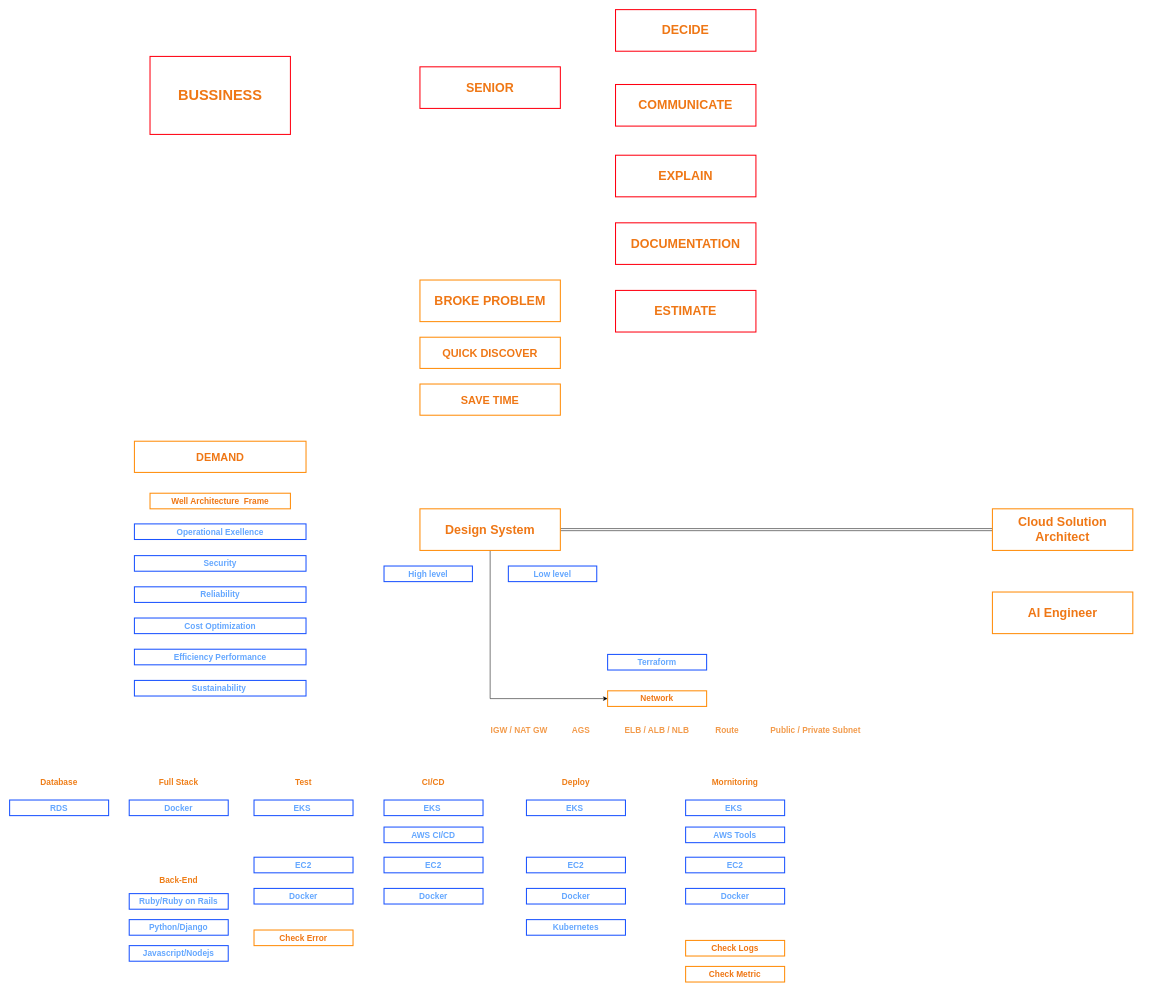
Earlier version of the draw.io diagram page "Trang-1" (1 of 2) of MindSet.drawio (HoangGuruu/drawCloud). Source tidied: cells renumbered, new cells numbered last; positions are measured from the earlier drawing's top-left corner, leaving out a move shared by most shapes. Both pictures are drawn from the tidied source at 52%, with x=0, y=0 at pixel (9, 9).
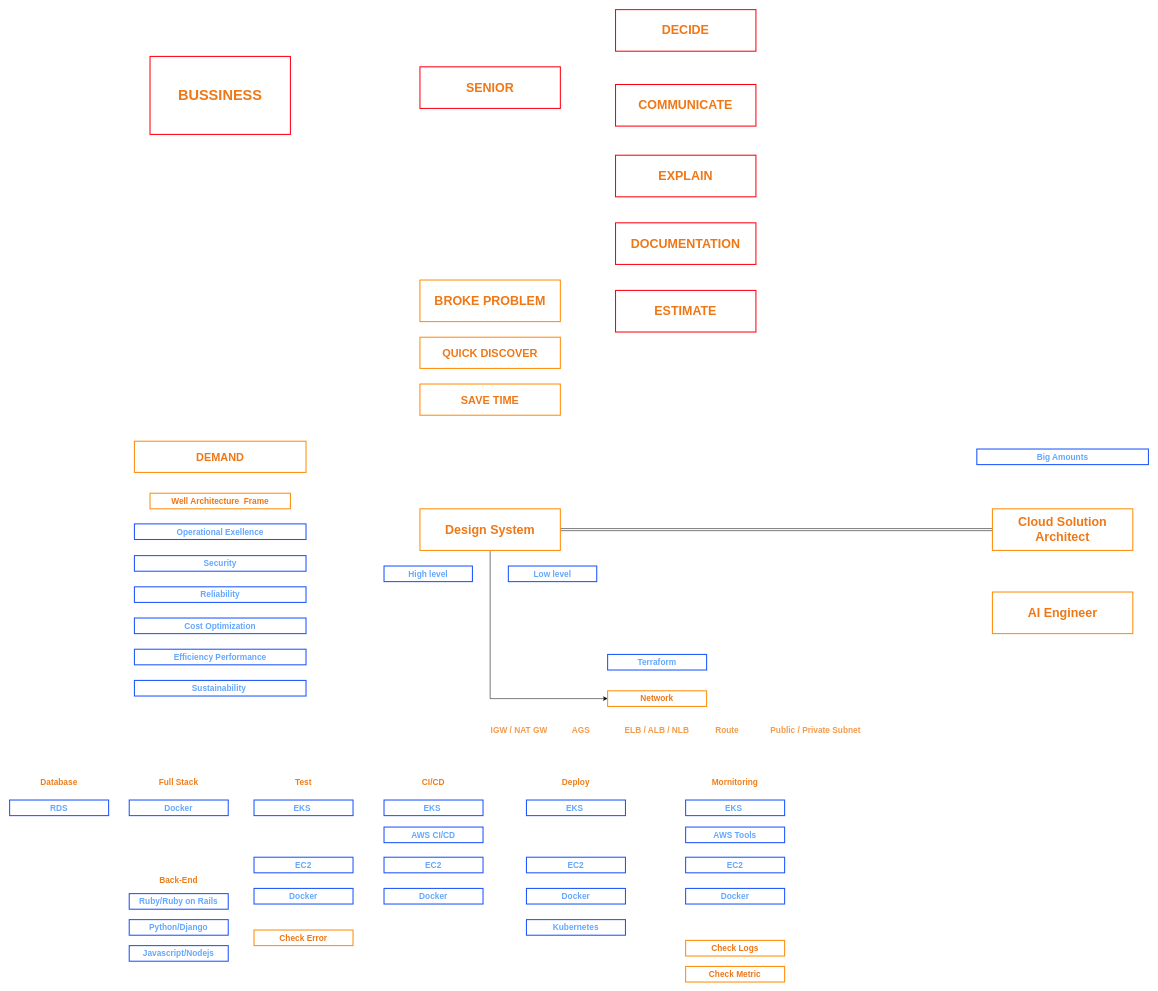
Above is the later version.

Commit message:
Cập nhật MindSet.drawio

Diff of the diagram source:
```diff
@@
+    <mxCell id="64" value="Big Amounts" style="text;html=1;strokeColor=#1a53ff;fillColor=none;align=center;verticalAlign=middle;whiteSpace=wrap;rounded=0;fontSize=16;fontStyle=1;fontColor=#64a7ff;strokeWidth=2;" parent="1" vertex="1">
+      <mxGeometry x="1860" y="845" width="330" height="30" as="geometry" />
+    </mxCell>
```
